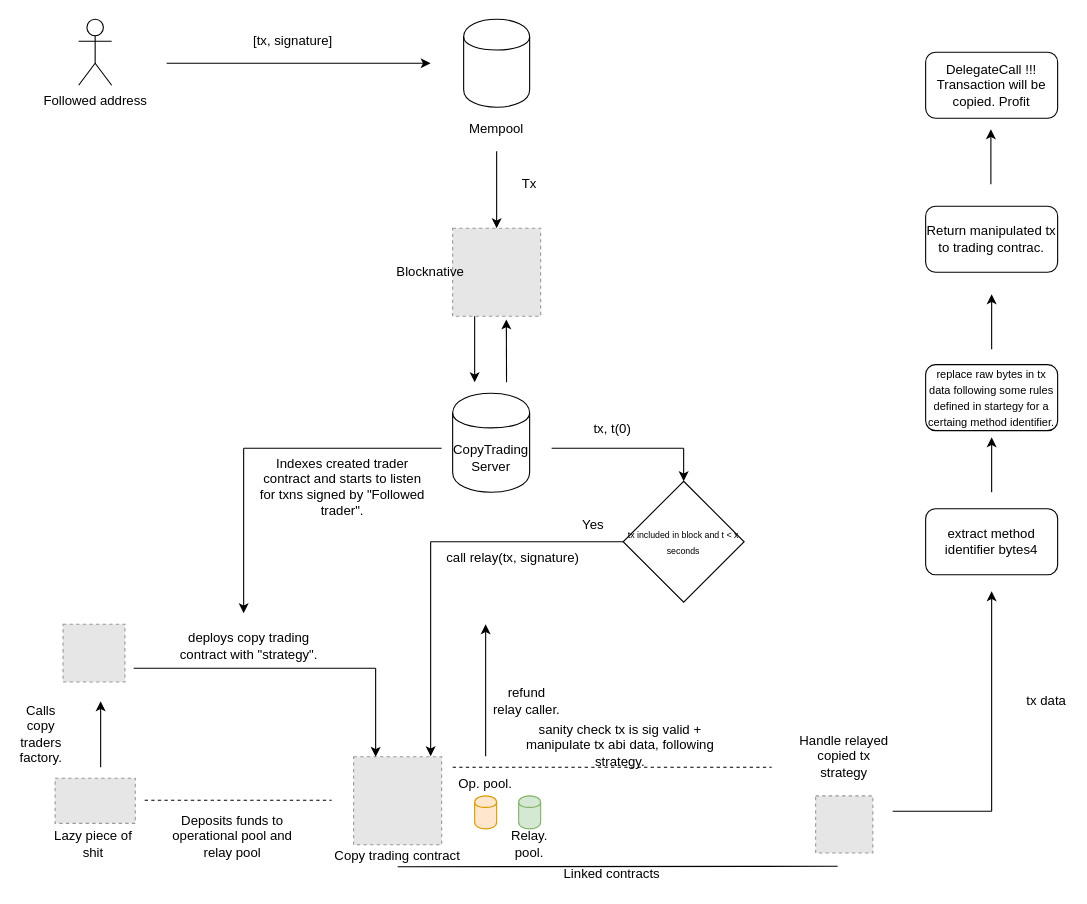
Above: eth-tx-copy-v1.drawio in MalibuFinanceHQ/mime-protocol (draw.io), before the change. Source tidied: cells renumbered, new cells numbered last; positions are measured from the earlier drawing's top-left corner, leaving out a move shared by most shapes. Both pictures are drawn from the tidied source at 110%, with x=0, y=0 at pixel (19, 19). Pictures stored in the file or linked from it are replaced by grey dashed boxes.
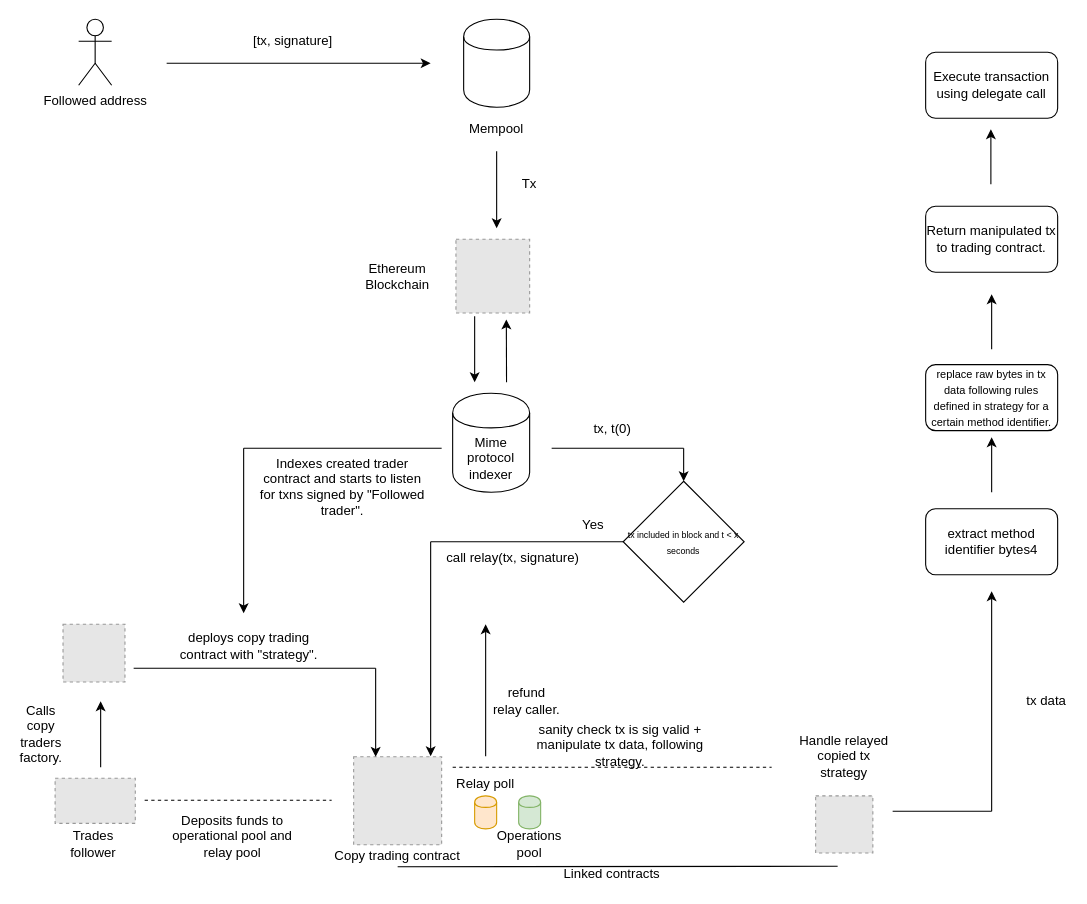
Above is the later version.

The edit, as a diff of the source:
```diff
@@
-    <mxCell id="4" value="Lazy piece of shit" style="text;html=1;strokeColor=none;fillColor=none;align=center;verticalAlign=middle;whiteSpace=wrap;rounded=0;" parent="1" vertex="1">
+    <mxCell id="4" value="Trades follower" style="text;html=1;strokeColor=none;fillColor=none;align=center;verticalAlign=middle;whiteSpace=wrap;rounded=0;" parent="1" vertex="1">
       <mxGeometry x="30.4" y="740" width="75" height="20" as="geometry" />
     </mxCell>
@@
-    <mxCell id="9" style="fillColor=#E6E6E6;strokeColor=#999999;dashed=1;" parent="1" vertex="1">
-      <mxGeometry x="394" y="190" width="80" height="80" as="geometry" />
-    </mxCell>
@@
-    <mxCell id="12" value="Blocknative" style="text;html=1;strokeColor=none;fillColor=none;align=center;verticalAlign=middle;whiteSpace=wrap;rounded=0;" parent="1" vertex="1">
-      <mxGeometry x="354" y="220" width="40" height="20" as="geometry" />
+    <mxCell id="12" value="Ethereum Blockchain" style="text;html=1;strokeColor=none;fillColor=none;align=center;verticalAlign=middle;whiteSpace=wrap;rounded=0;" parent="1" vertex="1">
+      <mxGeometry x="304" y="218.5" width="80" height="30" as="geometry" />
     </mxCell>
@@
-    <mxCell id="18" value="Op. pool." style="text;html=1;strokeColor=none;fillColor=none;align=center;verticalAlign=middle;whiteSpace=wrap;rounded=0;" parent="1" vertex="1">
+    <mxCell id="18" value="Relay poll" style="text;html=1;strokeColor=none;fillColor=none;align=center;verticalAlign=middle;whiteSpace=wrap;rounded=0;" parent="1" vertex="1">
       <mxGeometry x="394" y="685" width="60" height="20" as="geometry" />
     </mxCell>
-    <mxCell id="19" value="Relay. pool." style="text;html=1;strokeColor=none;fillColor=none;align=center;verticalAlign=middle;whiteSpace=wrap;rounded=0;" parent="1" vertex="1">
+    <mxCell id="19" value="Operations pool" style="text;html=1;strokeColor=none;fillColor=none;align=center;verticalAlign=middle;whiteSpace=wrap;rounded=0;" parent="1" vertex="1">
       <mxGeometry x="434" y="740" width="60" height="20" as="geometry" />
     </mxCell>
-    <mxCell id="20" value="CopyTrading Server" style="shape=cylinder;whiteSpace=wrap;html=1;boundedLbl=1;backgroundOutline=1;" parent="1" vertex="1">
+    <mxCell id="20" value="Mime protocol indexer" style="shape=cylinder;whiteSpace=wrap;html=1;boundedLbl=1;backgroundOutline=1;" parent="1" vertex="1">
       <mxGeometry x="394" y="340" width="70" height="90" as="geometry" />
     </mxCell>
@@
-    <mxCell id="31" style="endArrow=classic;html=1;strokeColor=#000000;exitX=0.25;exitY=1;exitDx=0;exitDy=0;" parent="1" edge="1" source="9">
+    <mxCell id="31" style="endArrow=classic;html=1;strokeColor=#000000;exitX=0.25;exitY=1;exitDx=0;exitDy=0;" parent="1" edge="1">
       <mxGeometry relative="1" as="geometry">
+        <mxPoint x="414" y="270" as="sourcePoint" />
         <mxPoint x="414" y="330" as="targetPoint" />
       </mxGeometry>
     </mxCell>
-    <mxCell id="32" style="endArrow=classic;html=1;strokeColor=#000000;exitX=0.61;exitY=1.036;exitDx=0;exitDy=0;exitPerimeter=0;entryX=0.61;entryY=1.036;entryDx=0;entryDy=0;entryPerimeter=0;" parent="1" edge="1" target="9">
+    <mxCell id="32" style="endArrow=classic;html=1;strokeColor=#000000;exitX=0.61;exitY=1.036;exitDx=0;exitDy=0;exitPerimeter=0;entryX=0.61;entryY=1.036;entryDx=0;entryDy=0;entryPerimeter=0;" parent="1" edge="1">
       <mxGeometry relative="1" as="geometry">
         <mxPoint x="443" y="330" as="sourcePoint" />
+        <mxPoint x="442.8" y="272.9" as="targetPoint" />
       </mxGeometry>
     </mxCell>
@@
-    <mxCell id="48" value="sanity check tx is sig valid + manipulate tx abi data, following strategy." style="text;html=1;strokeColor=none;fillColor=none;align=center;verticalAlign=middle;whiteSpace=wrap;rounded=0;" parent="1" vertex="1">
+    <mxCell id="48" value="sanity check tx is sig valid + manipulate tx data, following strategy." style="text;html=1;strokeColor=none;fillColor=none;align=center;verticalAlign=middle;whiteSpace=wrap;rounded=0;" parent="1" vertex="1">
       <mxGeometry x="454" y="649.5" width="185" height="20" as="geometry" />
     </mxCell>
@@
-    <mxCell id="54" value="&lt;font style=&quot;font-size: 10px&quot;&gt;replace raw bytes in tx data following some rules defined in startegy for a certaing method identifier.&lt;/font&gt;" style="rounded=1;whiteSpace=wrap;html=1;" parent="1" vertex="1">
+    <mxCell id="54" value="&lt;font style=&quot;font-size: 10px&quot;&gt;replace raw bytes in tx data following rules defined in strategy for a certain method identifier.&lt;/font&gt;" style="rounded=1;whiteSpace=wrap;html=1;" parent="1" vertex="1">
       <mxGeometry x="824" y="314" width="120" height="60" as="geometry" />
     </mxCell>
@@
-    <mxCell id="56" value="Return manipulated tx to trading contrac." style="rounded=1;whiteSpace=wrap;html=1;" parent="1" vertex="1">
+    <mxCell id="56" value="Return manipulated tx to trading contract." style="rounded=1;whiteSpace=wrap;html=1;" parent="1" vertex="1">
       <mxGeometry x="824" y="170" width="120" height="60" as="geometry" />
     </mxCell>
@@
-    <mxCell id="58" value="DelegateCall !!!&lt;br&gt;Transaction will be copied. Profit" style="rounded=1;whiteSpace=wrap;html=1;" parent="1" vertex="1">
+    <mxCell id="58" value="Execute transaction using delegate call" style="rounded=1;whiteSpace=wrap;html=1;" parent="1" vertex="1">
       <mxGeometry x="824" y="30" width="120" height="60" as="geometry" />
     </mxCell>
+    <mxCell id="59" style="fillColor=#E6E6E6;strokeColor=#999999;dashed=1;" parent="1" vertex="1">
+      <mxGeometry x="397" y="200" width="67" height="67" as="geometry" />
+    </mxCell>
```
